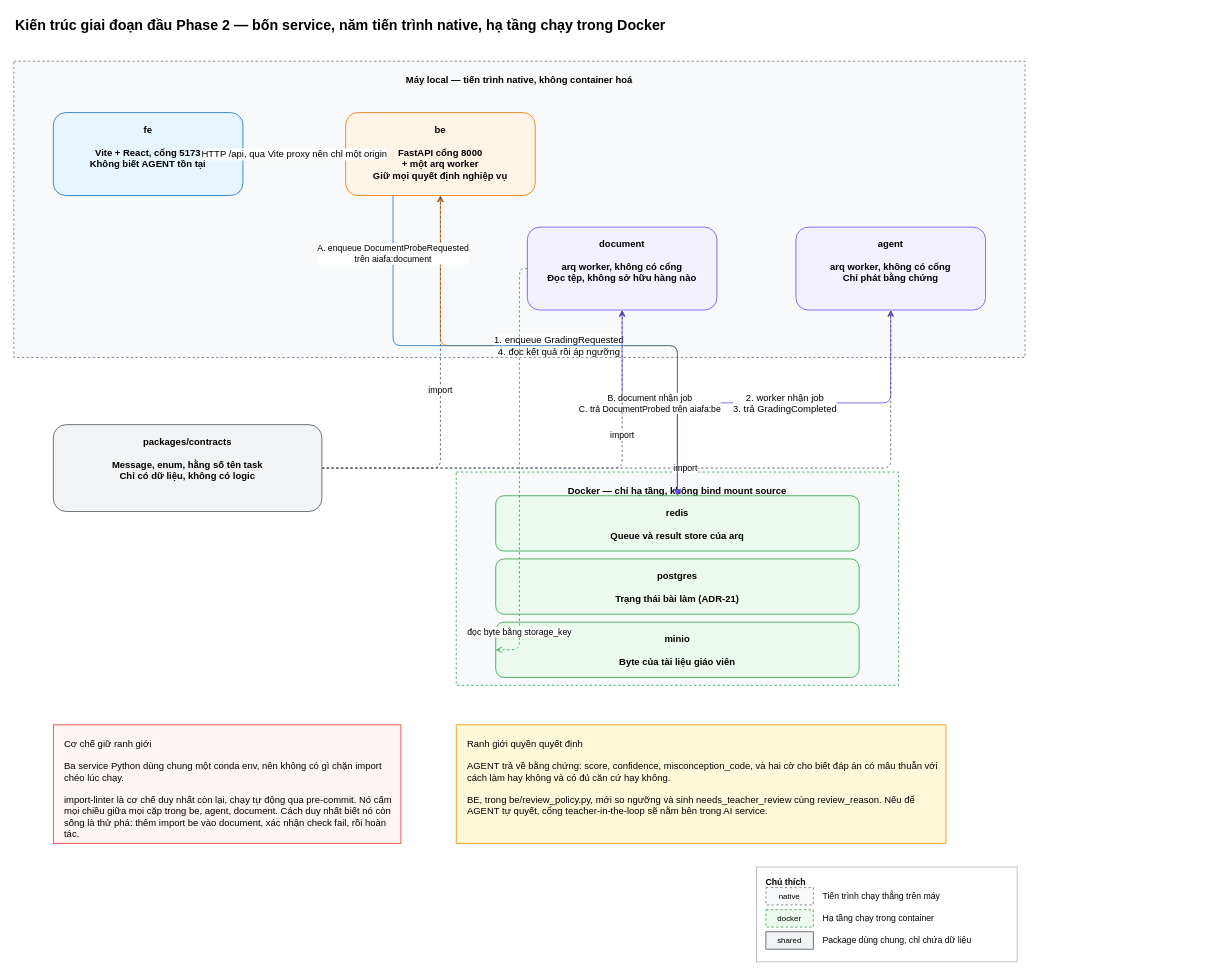
This is docs/diagrams/system-architecture.drawio from biabeogo147/AI-Assessment-and-Feedback-Assistant, a draw.io file, before an edit. Source tidied: cells renumbered, new cells numbered last; positions are measured from the earlier drawing's top-left corner, leaving out a move shared by most shapes. Both pictures are drawn from the tidied source at 79%, with x=0, y=0 at pixel (13, 13).
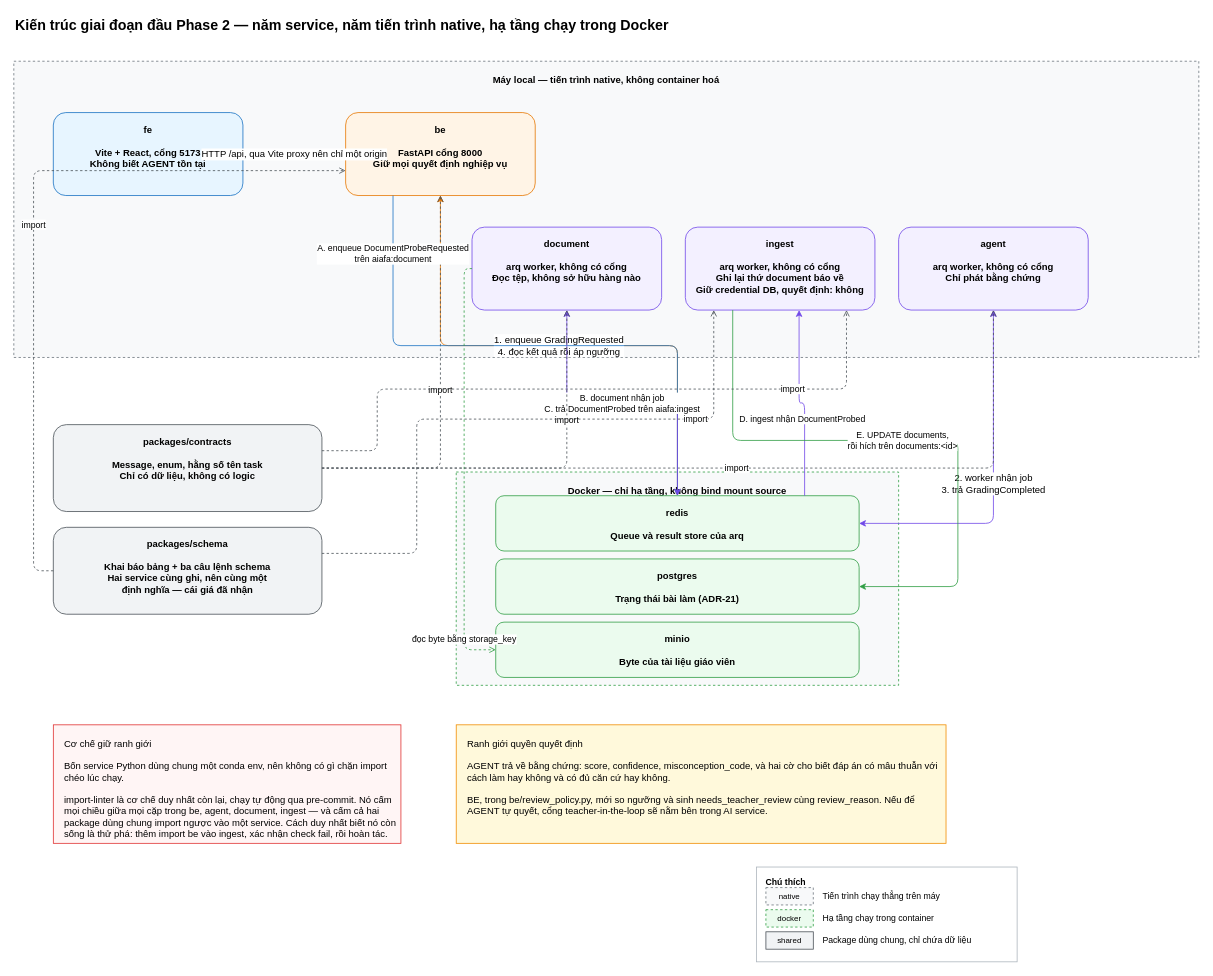
The same diagram, later.

Unchanged cells that the change refers to:
```xml
<mxCell id="9" value="redis&#10;&#10;Queue và result store của arq" style="rounded=1;whiteSpace=wrap;html=1;fillColor=#ebfbee;strokeColor=#2f9e44;fontStyle=1;verticalAlign=top;spacingTop=8;" parent="1" vertex="1">
  <mxGeometry x="610" y="610" width="460" height="70" as="geometry" />
</mxCell>
<mxCell id="10" value="postgres&#10;&#10;Trạng thái bài làm (ADR-21)" style="rounded=1;whiteSpace=wrap;html=1;fillColor=#ebfbee;strokeColor=#2f9e44;fontStyle=1;verticalAlign=top;spacingTop=8;" parent="1" vertex="1">
  <mxGeometry x="610" y="690" width="460" height="70" as="geometry" />
</mxCell>
<mxCell id="12" value="packages/contracts&#10;&#10;Message, enum, hằng số tên task&#10;Chỉ có dữ liệu, không có logic" style="rounded=1;whiteSpace=wrap;html=1;fillColor=#f1f3f5;strokeColor=#495057;fontStyle=1;verticalAlign=top;spacingTop=8;" parent="1" vertex="1">
  <mxGeometry x="50" y="520" width="340" height="110" as="geometry" />
</mxCell>
```

Diff of the diagram source:
```diff
@@
-    <mxCell id="2" value="Kiến trúc giai đoạn đầu Phase 2 — bốn service, năm tiến trình native, hạ tầng chạy trong Docker" style="text;html=1;fontSize=18;fontStyle=1;align=left;verticalAlign=middle;" parent="1" vertex="1">
+    <mxCell id="2" value="Kiến trúc giai đoạn đầu Phase 2 — năm service, năm tiến trình native, hạ tầng chạy trong Docker" style="text;html=1;fontSize=18;fontStyle=1;align=left;verticalAlign=middle;" parent="1" vertex="1">
       <mxGeometry width="900" height="30" as="geometry" />
     </mxCell>
     <mxCell id="3" value="Máy local — tiến trình native, không container hoá" style="rounded=0;whiteSpace=wrap;html=1;fillColor=#f8f9fa;strokeColor=#6c757d;fontStyle=1;verticalAlign=top;spacingTop=10;dashed=1;" parent="1" vertex="1">
-      <mxGeometry y="60" width="1280" height="375" as="geometry" />
+      <mxGeometry y="60" width="1500" height="375" as="geometry" />
     </mxCell>
@@
-    <mxCell id="5" value="be&#10;&#10;FastAPI cổng 8000&#10;+ một arq worker&#10;Giữ mọi quyết định nghiệp vụ" style="rounded=1;whiteSpace=wrap;html=1;fillColor=#fff4e6;strokeColor=#e67700;fontStyle=1;verticalAlign=top;spacingTop=8;" parent="1" vertex="1">
+    <mxCell id="5" value="be&#10;&#10;FastAPI cổng 8000&#10;Giữ mọi quyết định nghiệp vụ" style="rounded=1;whiteSpace=wrap;html=1;fillColor=#fff4e6;strokeColor=#e67700;fontStyle=1;verticalAlign=top;spacingTop=8;" parent="1" vertex="1">
       <mxGeometry x="420" y="125" width="240" height="105" as="geometry" />
     </mxCell>
     <mxCell id="6" value="document&#10;&#10;arq worker, không có cổng&#10;Đọc tệp, không sở hữu hàng nào" style="rounded=1;whiteSpace=wrap;html=1;fillColor=#f3f0ff;strokeColor=#7048e8;fontStyle=1;verticalAlign=top;spacingTop=8;" parent="1" vertex="1">
-      <mxGeometry x="650" y="270" width="240" height="105" as="geometry" />
+      <mxGeometry x="580" y="270" width="240" height="105" as="geometry" />
     </mxCell>
     <mxCell id="7" value="agent&#10;&#10;arq worker, không có cổng&#10;Chỉ phát bằng chứng" style="rounded=1;whiteSpace=wrap;html=1;fillColor=#f3f0ff;strokeColor=#7048e8;fontStyle=1;verticalAlign=top;spacingTop=8;" parent="1" vertex="1">
-      <mxGeometry x="990" y="270" width="240" height="105" as="geometry" />
+      <mxGeometry x="1120" y="270" width="240" height="105" as="geometry" />
     </mxCell>
+    <mxCell id="31" value="ingest&#10;&#10;arq worker, không có cổng&#10;Ghi lại thứ document báo về&#10;Giữ credential DB, quyết định: không" style="rounded=1;whiteSpace=wrap;html=1;fillColor=#f3f0ff;strokeColor=#7048e8;fontStyle=1;verticalAlign=top;spacingTop=8;" parent="1" vertex="1">
+      <mxGeometry x="850" y="270" width="240" height="105" as="geometry" />
+    </mxCell>
+    <mxCell id="32" value="packages/schema&#10;&#10;Khai báo bảng + ba câu lệnh schema&#10;Hai service cùng ghi, nên cùng một&#10;định nghĩa — cái giá đã nhận" style="rounded=1;whiteSpace=wrap;html=1;fillColor=#f1f3f5;strokeColor=#495057;fontStyle=1;verticalAlign=top;spacingTop=8;" parent="1" vertex="1">
+      <mxGeometry x="50" y="650" width="340" height="110" as="geometry" />
+    </mxCell>
@@
-    <mxCell id="19" value="B. document nhận job&#10;C. trả DocumentProbed trên aiafa:be" style="edgeStyle=orthogonalEdgeStyle;html=1;strokeColor=#7048e8;fontSize=11;startArrow=classic;startFill=1;" parent="1" edge="1" source="9" target="6">
+    <mxCell id="19" value="B. document nhận job&#10;C. trả DocumentProbed trên aiafa:ingest" style="edgeStyle=orthogonalEdgeStyle;html=1;strokeColor=#7048e8;fontSize=11;startArrow=classic;startFill=1;" parent="1" edge="1" source="9" target="6">
       <mxGeometry relative="1" as="geometry" />
     </mxCell>
@@
-    <mxCell id="23" value="Cơ chế giữ ranh giới&#10;&#10;Ba service Python dùng chung một conda env, nên không có gì chặn import chéo lúc chạy.&#10;&#10;import-linter là cơ chế duy nhất còn lại, chạy tự động qua pre-commit. Nó cấm mọi chiều giữa mọi cặp trong be, agent, document. Cách duy nhất biết nó còn sống là thử phá: thêm import be vào document, xác nhận check fail, rồi hoàn tác." style="rounded=0;whiteSpace=wrap;html=1;fillColor=#fff5f5;strokeColor=#e03131;align=left;verticalAlign=top;spacingLeft=12;spacingTop=10;fontSize=12;" parent="1" vertex="1">
+    <mxCell id="23" value="Cơ chế giữ ranh giới&#10;&#10;Bốn service Python dùng chung một conda env, nên không có gì chặn import chéo lúc chạy.&#10;&#10;import-linter là cơ chế duy nhất còn lại, chạy tự động qua pre-commit. Nó cấm mọi chiều giữa mọi cặp trong be, agent, document, ingest — và cấm cả hai package dùng chung import ngược vào một service. Cách duy nhất biết nó còn sống là thử phá: thêm import be vào ingest, xác nhận check fail, rồi hoàn tác." style="rounded=0;whiteSpace=wrap;html=1;fillColor=#fff5f5;strokeColor=#e03131;align=left;verticalAlign=top;spacingLeft=12;spacingTop=10;fontSize=12;" parent="1" vertex="1">
       <mxGeometry x="50" y="900" width="440" height="150" as="geometry" />
     </mxCell>
@@
+    <mxCell id="33" value="D. ingest nhận DocumentProbed" style="edgeStyle=orthogonalEdgeStyle;html=1;strokeColor=#7048e8;fontSize=11;exitX=0.85;exitY=0;exitDx=0;exitDy=0;entryX=0.6;entryY=1;entryDx=0;entryDy=0;" parent="1" edge="1" source="9" target="31">
+      <mxGeometry y="20" relative="1" as="geometry" />
+    </mxCell>
+    <mxCell id="34" value="E. UPDATE documents,&#10;rồi hích trên documents:&amp;lt;id&amp;gt;" style="edgeStyle=orthogonalEdgeStyle;html=1;strokeColor=#2f9e44;fontSize=11;exitX=0.25;exitY=1;exitDx=0;exitDy=0;entryX=1;entryY=0.5;entryDx=0;entryDy=0;" parent="1" edge="1" source="31" target="10">
+      <mxGeometry relative="1" as="geometry">
+        <Array as="points">
+          <mxPoint x="910" y="540" />
+          <mxPoint x="1195" y="540" />
+          <mxPoint x="1195" y="725" />
+        </Array>
+      </mxGeometry>
+    </mxCell>
+    <mxCell id="35" value="import" style="edgeStyle=orthogonalEdgeStyle;html=1;dashed=1;strokeColor=#495057;endArrow=open;fontSize=11;exitX=1;exitY=0.3;exitDx=0;exitDy=0;entryX=0.85;entryY=1;entryDx=0;entryDy=0;" parent="1" edge="1" source="12" target="31">
+      <mxGeometry x="0.6" relative="1" as="geometry">
+        <Array as="points">
+          <mxPoint x="460" y="553" />
+          <mxPoint x="460" y="475" />
+          <mxPoint x="1054" y="475" />
+        </Array>
+      </mxGeometry>
+    </mxCell>
+    <mxCell id="36" value="import" style="edgeStyle=orthogonalEdgeStyle;html=1;dashed=1;strokeColor=#495057;endArrow=open;fontSize=11;exitX=0;exitY=0.5;exitDx=0;exitDy=0;entryX=0;entryY=0.7;entryDx=0;entryDy=0;" parent="1" edge="1" source="32" target="5">
+      <mxGeometry relative="1" as="geometry">
+        <Array as="points">
+          <mxPoint x="25" y="705" />
+          <mxPoint x="25" y="198" />
+        </Array>
+      </mxGeometry>
+    </mxCell>
+    <mxCell id="37" value="import" style="edgeStyle=orthogonalEdgeStyle;html=1;dashed=1;strokeColor=#495057;endArrow=open;fontSize=11;exitX=1;exitY=0.3;exitDx=0;exitDy=0;entryX=0.15;entryY=1;entryDx=0;entryDy=0;" parent="1" edge="1" source="32" target="31">
+      <mxGeometry x="0.6" relative="1" as="geometry">
+        <Array as="points">
+          <mxPoint x="510" y="683" />
+          <mxPoint x="510" y="513" />
+          <mxPoint x="886" y="513" />
+        </Array>
+      </mxGeometry>
+    </mxCell>
```
